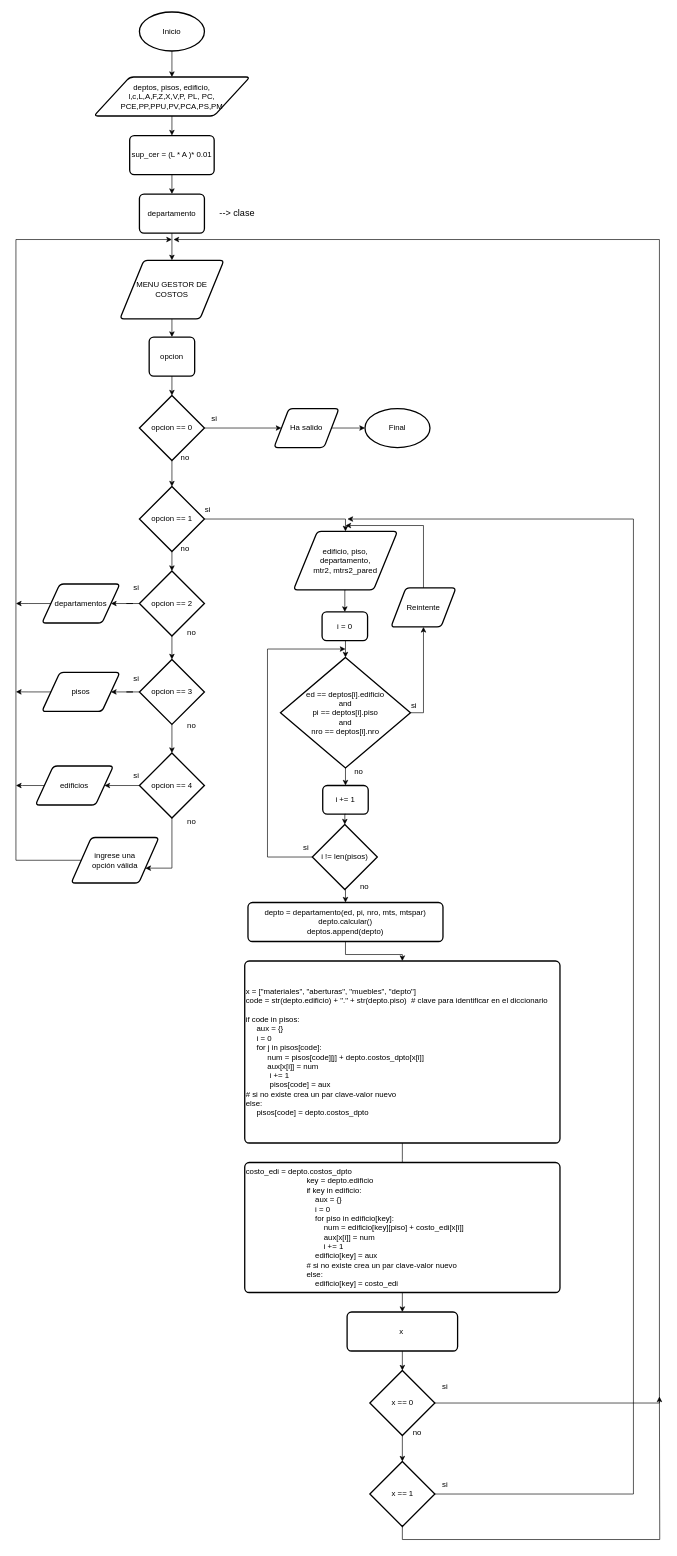
Santy-git/edificios keeps this draw.io diagram as diagrama.drawio. Above is the earlier version. Source tidied: cells renumbered, new cells numbered last; positions are measured from the earlier drawing's top-left corner, leaving out a move shared by most shapes. Both pictures are drawn from the tidied source at 65%, with x=0, y=0 at pixel (16, 12).
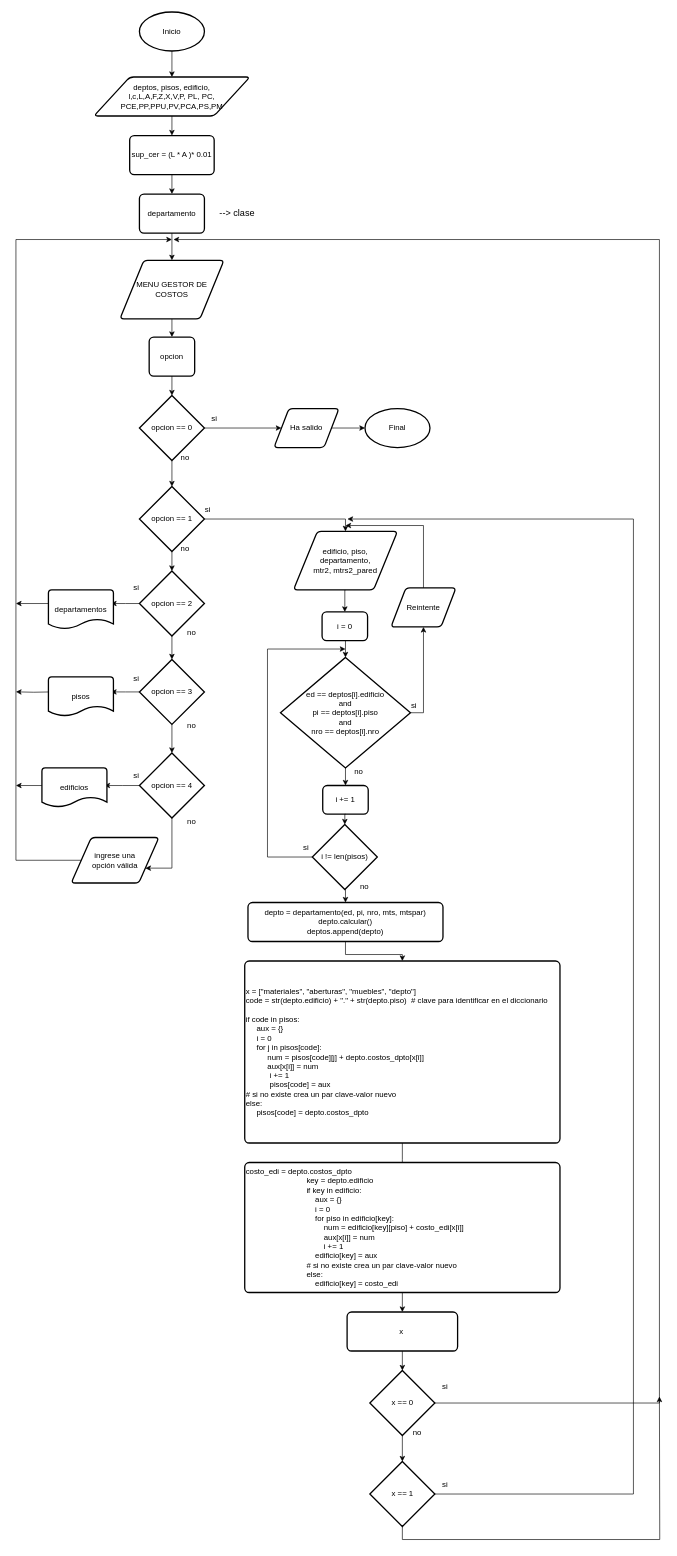
The same diagram, later.

Commit message:
modifique el formato de salida del diagrama

Unchanged cells that the change refers to:
```xml
<mxCell id="65" value="opcion == 2" style="strokeWidth=2;html=1;shape=mxgraph.flowchart.decision;whiteSpace=wrap;" parent="1" vertex="1">
  <mxGeometry x="190" y="860" width="100" height="100" as="geometry" />
</mxCell>
<mxCell id="72" value="opcion == 3" style="strokeWidth=2;html=1;shape=mxgraph.flowchart.decision;whiteSpace=wrap;" parent="1" vertex="1">
  <mxGeometry x="190" y="996" width="100" height="100" as="geometry" />
</mxCell>
<mxCell id="75" value="opcion == 4" style="strokeWidth=2;html=1;shape=mxgraph.flowchart.decision;whiteSpace=wrap;" parent="1" vertex="1">
  <mxGeometry x="190" y="1140" width="100" height="100" as="geometry" />
</mxCell>
```

The edit, as a diff of the source:
```diff
@@
-    <mxCell id="63" style="edgeStyle=orthogonalEdgeStyle;rounded=0;jettySize=auto;html=1;exitX=0;exitY=0.5;exitDx=0;exitDy=0;exitPerimeter=0;" parent="1" edge="1" source="65" target="67">
-      <mxGeometry relative="1" as="geometry" />
+    <mxCell id="63" style="edgeStyle=orthogonalEdgeStyle;rounded=0;jettySize=auto;html=1;exitX=0;exitY=0.5;exitDx=0;exitDy=0;exitPerimeter=0;" parent="1" edge="1" source="65">
+      <mxGeometry relative="1" as="geometry">
+        <mxPoint x="146.2" y="910" as="targetPoint" />
+      </mxGeometry>
     </mxCell>
@@
-    <mxCell id="66" style="edgeStyle=orthogonalEdgeStyle;rounded=0;jettySize=auto;html=1;exitX=0;exitY=0.5;exitDx=0;exitDy=0;" parent="1" edge="1" source="67">
+    <mxCell id="66" style="edgeStyle=orthogonalEdgeStyle;rounded=0;orthogonalLoop=1;jettySize=auto;html=1;exitX=0;exitY=0.5;exitDx=0;exitDy=0;" parent="1" edge="1">
       <mxGeometry relative="1" as="geometry">
+        <mxPoint x="53.8" y="910" as="sourcePoint" />
         <mxPoint y="910" as="targetPoint" />
       </mxGeometry>
     </mxCell>
-    <mxCell id="67" value="departamentos" style="shape=parallelogram;html=1;strokeWidth=2;perimeter=parallelogramPerimeter;whiteSpace=wrap;rounded=1;arcSize=12;size=0.23;" parent="1" vertex="1">
-      <mxGeometry x="40" y="880" width="120" height="60" as="geometry" />
-    </mxCell>
@@
-    <mxCell id="71" style="edgeStyle=orthogonalEdgeStyle;rounded=0;jettySize=auto;html=1;exitX=0;exitY=0.5;exitDx=0;exitDy=0;exitPerimeter=0;" parent="1" edge="1" source="72" target="79">
-      <mxGeometry relative="1" as="geometry" />
+    <mxCell id="71" style="edgeStyle=orthogonalEdgeStyle;rounded=0;jettySize=auto;html=1;exitX=0;exitY=0.5;exitDx=0;exitDy=0;exitPerimeter=0;" parent="1" edge="1" source="72">
+      <mxGeometry relative="1" as="geometry">
+        <mxPoint x="146.2" y="1046" as="targetPoint" />
+      </mxGeometry>
     </mxCell>
@@
-    <mxCell id="73" style="edgeStyle=orthogonalEdgeStyle;rounded=0;jettySize=auto;html=1;exitX=0;exitY=0.5;exitDx=0;exitDy=0;exitPerimeter=0;entryX=1;entryY=0.5;entryDx=0;entryDy=0;" parent="1" edge="1" source="75" target="81">
-      <mxGeometry relative="1" as="geometry" />
+    <mxCell id="73" style="edgeStyle=orthogonalEdgeStyle;rounded=0;jettySize=auto;html=1;exitX=0;exitY=0.5;exitDx=0;exitDy=0;exitPerimeter=0;entryX=1;entryY=0.5;entryDx=0;entryDy=0;" parent="1" edge="1" source="75">
+      <mxGeometry relative="1" as="geometry">
+        <mxPoint x="136.2" y="1190" as="targetPoint" />
+      </mxGeometry>
     </mxCell>
@@
-    <mxCell id="78" style="edgeStyle=orthogonalEdgeStyle;rounded=0;jettySize=auto;html=1;exitX=0;exitY=0.5;exitDx=0;exitDy=0;" parent="1" edge="1" source="79">
+    <mxCell id="78" style="edgeStyle=orthogonalEdgeStyle;rounded=0;orthogonalLoop=1;jettySize=auto;html=1;exitX=0;exitY=0.5;exitDx=0;exitDy=0;" parent="1" edge="1">
       <mxGeometry relative="1" as="geometry">
+        <mxPoint x="53.8" y="1046" as="sourcePoint" />
         <mxPoint y="1045.9" as="targetPoint" />
       </mxGeometry>
     </mxCell>
-    <mxCell id="79" value="pisos" style="shape=parallelogram;html=1;strokeWidth=2;perimeter=parallelogramPerimeter;whiteSpace=wrap;rounded=1;arcSize=12;size=0.23;" parent="1" vertex="1">
-      <mxGeometry x="40" y="1016" width="120" height="60" as="geometry" />
-    </mxCell>
-    <mxCell id="80" style="edgeStyle=orthogonalEdgeStyle;rounded=0;jettySize=auto;html=1;exitX=0;exitY=0.5;exitDx=0;exitDy=0;" parent="1" edge="1" source="81">
+    <mxCell id="80" style="edgeStyle=orthogonalEdgeStyle;rounded=0;orthogonalLoop=1;jettySize=auto;html=1;exitX=0;exitY=0.5;exitDx=0;exitDy=0;" parent="1" edge="1">
       <mxGeometry relative="1" as="geometry">
+        <mxPoint x="43.8" y="1190" as="sourcePoint" />
         <mxPoint y="1190" as="targetPoint" />
       </mxGeometry>
     </mxCell>
-    <mxCell id="81" value="edificios" style="shape=parallelogram;html=1;strokeWidth=2;perimeter=parallelogramPerimeter;whiteSpace=wrap;rounded=1;arcSize=12;size=0.23;" parent="1" vertex="1">
-      <mxGeometry x="30" y="1160" width="120" height="60" as="geometry" />
-    </mxCell>
@@
+    <mxCell id="67" value="departamentos" style="strokeWidth=2;html=1;shape=mxgraph.flowchart.document2;whiteSpace=wrap;size=0.25;" parent="1" vertex="1">
+      <mxGeometry x="50" y="889" width="100" height="60" as="geometry" />
+    </mxCell>
+    <mxCell id="79" value="pisos" style="strokeWidth=2;html=1;shape=mxgraph.flowchart.document2;whiteSpace=wrap;size=0.25;" parent="1" vertex="1">
+      <mxGeometry x="50" y="1023" width="100" height="60" as="geometry" />
+    </mxCell>
+    <mxCell id="81" value="edificios" style="strokeWidth=2;html=1;shape=mxgraph.flowchart.document2;whiteSpace=wrap;size=0.25;" parent="1" vertex="1">
+      <mxGeometry x="40" y="1163" width="100" height="60" as="geometry" />
+    </mxCell>
```
